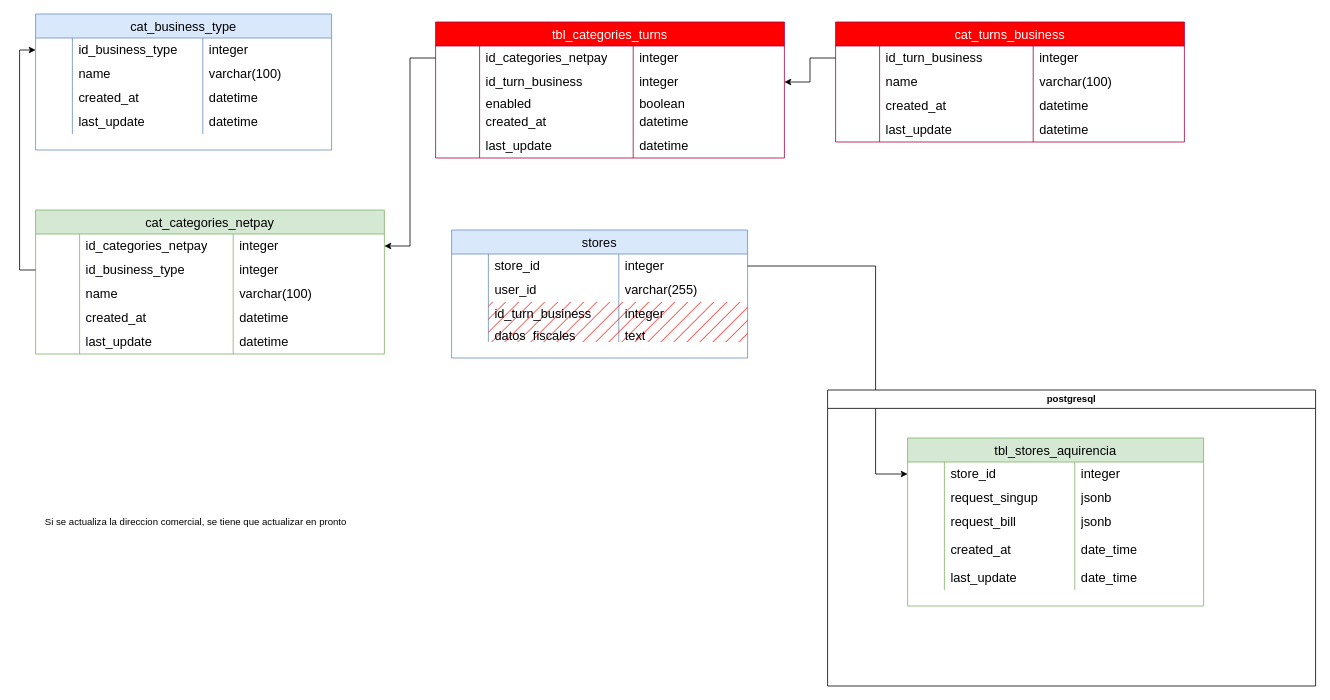
marcoluisdf/documentacion keeps this draw.io diagram as Data base/SmartOnboarding-Adquirencia.drawio. Above is the earlier version. Source tidied: cells renumbered, new cells numbered last; positions are measured from the earlier drawing's top-left corner, leaving out a move shared by most shapes. Both pictures are drawn from the tidied source at 80%, with x=0, y=0 at pixel (35, 14).
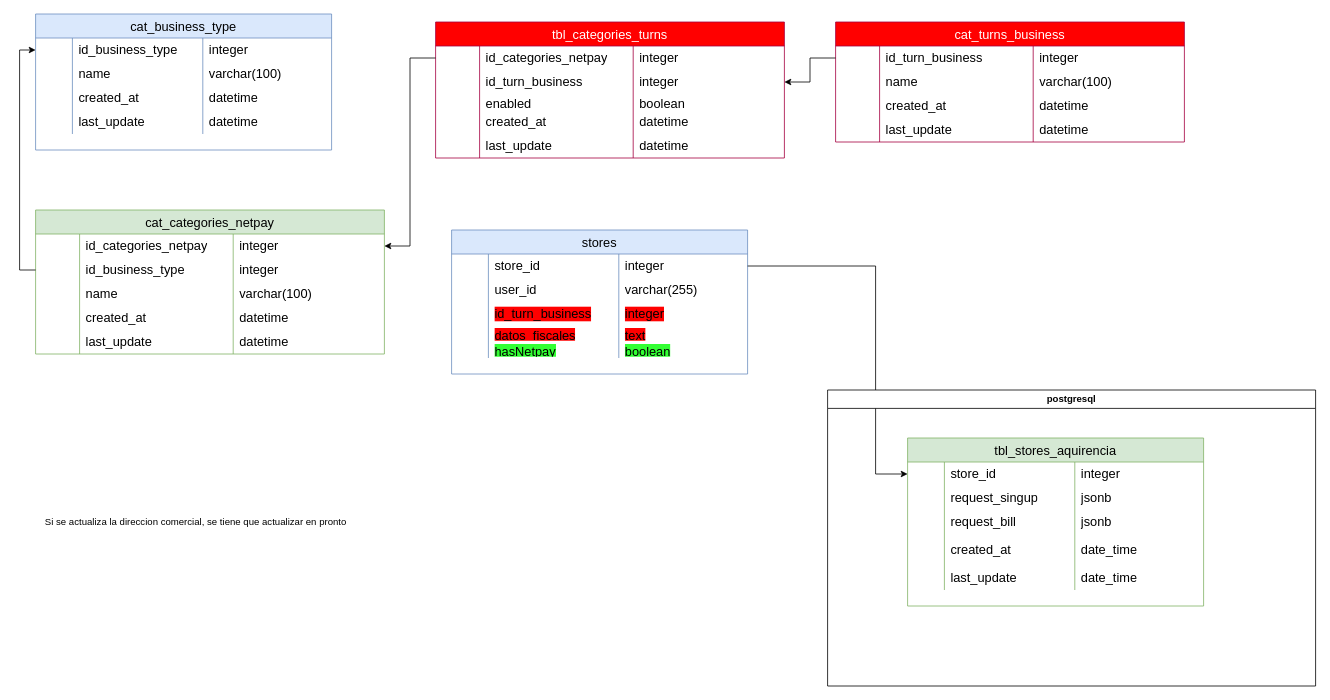
The same diagram, later.

Unchanged cells that the change refers to:
```xml
<mxCell id="50" style="shape=tableRow;horizontal=0;startSize=0;swimlaneHead=0;swimlaneBody=0;top=0;left=0;bottom=0;right=0;fillColor=none;strokeColor=inherit;fontSize=16;" parent="41" vertex="1">
  <mxGeometry y="90" width="370" height="30" as="geometry" />
</mxCell>
<mxCell id="54" style="shape=tableRow;horizontal=0;startSize=0;swimlaneHead=0;swimlaneBody=0;top=0;left=0;bottom=0;right=0;fillColor=none;strokeColor=inherit;fontSize=16;" parent="41" vertex="1">
  <mxGeometry y="120" width="370" height="20" as="geometry" />
</mxCell>
```

The edit, as a diff of the source:
```diff
@@
     <mxCell id="41" value="stores" style="shape=table;startSize=30;childLayout=tableLayout;rowLines=0;fontStyle=0;strokeColor=#6c8ebf;fontSize=16;fillColor=#dae8fc;" parent="1" vertex="1">
-      <mxGeometry x="520" y="270" width="370" height="160" as="geometry" />
+      <mxGeometry x="520" y="270" width="370" height="180" as="geometry" />
     </mxCell>
@@
-    <mxCell id="52" value="id_turn_business" style="shape=partialRectangle;html=1;whiteSpace=wrap;fillColor=#FF0000;top=0;left=0;bottom=0;right=0;align=left;spacingLeft=6;overflow=hidden;strokeColor=inherit;fontSize=16;fillStyle=hatch;" parent="50" vertex="1">
+    <mxCell id="52" value="id_turn_business" style="shape=partialRectangle;html=1;whiteSpace=wrap;fillColor=none;top=0;left=0;bottom=0;right=0;align=left;spacingLeft=6;overflow=hidden;strokeColor=inherit;fontSize=16;fillStyle=auto;strokeWidth=2;spacing=2;labelBackgroundColor=#FF0000;" parent="50" vertex="1">
       <mxGeometry x="46" width="163" height="30" as="geometry" />
     </mxCell>
-    <mxCell id="53" value="&lt;div&gt;integer&lt;/div&gt;" style="shape=partialRectangle;html=1;whiteSpace=wrap;fillColor=#FF0000;top=0;left=0;bottom=0;right=0;align=left;spacingLeft=6;overflow=hidden;strokeColor=inherit;fontSize=16;fillStyle=hatch;" parent="50" vertex="1">
+    <mxCell id="53" value="&lt;div&gt;integer&lt;/div&gt;" style="shape=partialRectangle;html=1;whiteSpace=wrap;fillColor=none;top=0;left=0;bottom=0;right=0;align=left;spacingLeft=6;overflow=hidden;strokeColor=inherit;fontSize=16;fillStyle=auto;strokeWidth=2;spacing=2;labelBackgroundColor=#FF0000;" parent="50" vertex="1">
       <mxGeometry x="209" width="161" height="30" as="geometry" />
     </mxCell>
@@
-    <mxCell id="56" value="datos_fiscales" style="shape=partialRectangle;html=1;whiteSpace=wrap;fillColor=#FF0000;top=0;left=0;bottom=0;right=0;align=left;spacingLeft=6;overflow=hidden;strokeColor=inherit;fontSize=16;fillStyle=hatch;" parent="54" vertex="1">
+    <mxCell id="56" value="datos_fiscales" style="shape=partialRectangle;html=1;whiteSpace=wrap;fillColor=none;top=0;left=0;bottom=0;right=0;align=left;spacingLeft=6;overflow=hidden;strokeColor=inherit;fontSize=16;fillStyle=auto;strokeWidth=2;spacing=2;labelBackgroundColor=#FF0000;" parent="54" vertex="1">
       <mxGeometry x="46" width="163" height="20" as="geometry" />
     </mxCell>
-    <mxCell id="57" value="text" style="shape=partialRectangle;html=1;whiteSpace=wrap;fillColor=#FF0000;top=0;left=0;bottom=0;right=0;align=left;spacingLeft=6;overflow=hidden;strokeColor=inherit;fontSize=16;fillStyle=hatch;" parent="54" vertex="1">
+    <mxCell id="57" value="text" style="shape=partialRectangle;html=1;whiteSpace=wrap;fillColor=none;top=0;left=0;bottom=0;right=0;align=left;spacingLeft=6;overflow=hidden;strokeColor=inherit;fontSize=16;fillStyle=auto;strokeWidth=2;spacing=2;labelBackgroundColor=#FF0000;" parent="54" vertex="1">
       <mxGeometry x="209" width="161" height="20" as="geometry" />
     </mxCell>
+    <mxCell id="122" style="shape=tableRow;horizontal=0;startSize=0;swimlaneHead=0;swimlaneBody=0;top=0;left=0;bottom=0;right=0;fillColor=none;strokeColor=inherit;fontSize=16;" parent="41" vertex="1">
+      <mxGeometry y="140" width="370" height="20" as="geometry" />
+    </mxCell>
+    <mxCell id="123" style="shape=partialRectangle;html=1;whiteSpace=wrap;fillColor=none;top=0;left=0;bottom=0;right=0;overflow=hidden;strokeColor=inherit;fontSize=16;" parent="122" vertex="1">
+      <mxGeometry width="46" height="20" as="geometry" />
+    </mxCell>
+    <mxCell id="124" value="hasNetpay" style="shape=partialRectangle;html=1;whiteSpace=wrap;fillColor=none;top=0;left=0;bottom=0;right=0;align=left;spacingLeft=6;overflow=hidden;strokeColor=inherit;fontSize=16;fillStyle=hatch;strokeWidth=3;spacing=2;labelBackgroundColor=#33FF33;" parent="122" vertex="1">
+      <mxGeometry x="46" width="163" height="20" as="geometry" />
+    </mxCell>
+    <mxCell id="125" value="boolean" style="shape=partialRectangle;html=1;whiteSpace=wrap;fillColor=none;top=0;left=0;bottom=0;right=0;align=left;spacingLeft=6;overflow=hidden;strokeColor=inherit;fontSize=16;fillStyle=hatch;strokeWidth=3;spacing=2;labelBackgroundColor=#33FF33;" parent="122" vertex="1">
+      <mxGeometry x="209" width="161" height="20" as="geometry" />
+    </mxCell>
```
